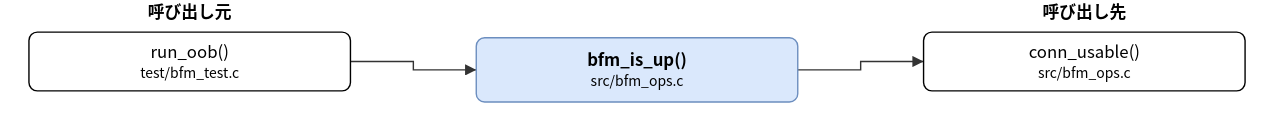
hf355051012-ai/bfmem keeps this draw.io diagram as doc/spec/images/call_src_bfm_ops-bfm_is_up.drawio.svg. Above is the earlier version. Source tidied: cells renumbered, new cells last; positions are measured from the earlier drawing's top-left corner, leaving out a move shared by most shapes.
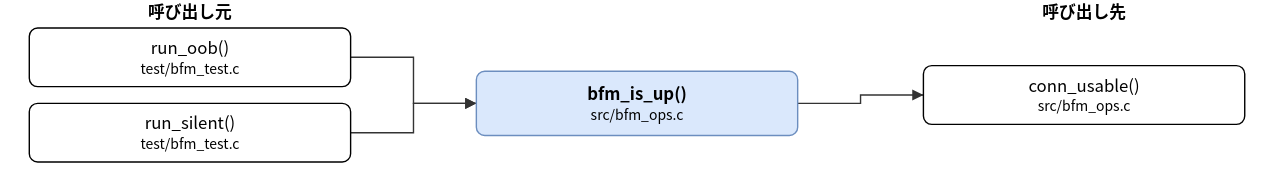
The same diagram one commit later.

What changed in the source:
```diff
@@ -3,30 +3,41 @@
     <mxCell id="0" />
     <mxCell id="1" parent="0" />
     <mxCell id="2" value="bfm_is_up()&lt;br&gt;&lt;font style=&quot;font-size:10px&quot;&gt;src/bfm_ops.c&lt;/font&gt;" style="rounded=1;whiteSpace=wrap;html=1;fillColor=#dae8fc;strokeColor=#6c8ebf;fontStyle=1;" parent="1" vertex="1">
-      <mxGeometry x="320" y="27" width="230" height="46" as="geometry" />
+      <mxGeometry x="320" y="51" width="230" height="46" as="geometry" />
     </mxCell>
     <mxCell id="3" value="run_oob()&lt;br&gt;&lt;font style=&quot;font-size:10px&quot;&gt;test/bfm_test.c&lt;/font&gt;" style="rounded=1;whiteSpace=wrap;html=1;" parent="1" vertex="1">
-      <mxGeometry y="23" width="230" height="42" as="geometry" />
+      <mxGeometry y="20" width="230" height="42" as="geometry" />
     </mxCell>
+    <mxCell id="9" value="run_silent()&lt;br&gt;&lt;font style=&quot;font-size:10px&quot;&gt;test/bfm_test.c&lt;/font&gt;" style="rounded=1;whiteSpace=wrap;html=1;" parent="1" vertex="1">
+      <mxGeometry y="74" width="230" height="42" as="geometry" />
+    </mxCell>
     <mxCell id="4" value="conn_usable()&lt;br&gt;&lt;font style=&quot;font-size:10px&quot;&gt;src/bfm_ops.c&lt;/font&gt;" style="rounded=1;whiteSpace=wrap;html=1;" parent="1" vertex="1">
-      <mxGeometry x="640" y="23" width="230" height="42" as="geometry" />
+      <mxGeometry x="640" y="47" width="230" height="42" as="geometry" />
     </mxCell>
     <mxCell id="5" style="edgeStyle=none;html=1;rounded=0;endArrow=block;endFill=1;exitX=1.0000;exitY=0.5000;exitDx=0;exitDy=0;exitPerimeter=0;entryX=0.0000;entryY=0.5000;entryDx=0;entryDy=0;entryPerimeter=0;" parent="1" edge="1" source="3" target="2">
       <mxGeometry relative="1" as="geometry">
         <Array as="points">
-          <mxPoint x="275" y="44" />
-          <mxPoint x="275" y="50" />
+          <mxPoint x="275" y="41" />
+          <mxPoint x="275" y="74" />
         </Array>
       </mxGeometry>
     </mxCell>
-    <mxCell id="6" style="edgeStyle=none;html=1;rounded=0;endArrow=block;endFill=1;exitX=1.0000;exitY=0.5000;exitDx=0;exitDy=0;exitPerimeter=0;entryX=0.0000;entryY=0.5000;entryDx=0;entryDy=0;entryPerimeter=0;" parent="1" edge="1" source="2" target="4">
+    <mxCell id="6" style="edgeStyle=none;html=1;rounded=0;endArrow=block;endFill=1;exitX=1.0000;exitY=0.5000;exitDx=0;exitDy=0;exitPerimeter=0;entryX=0.0000;entryY=0.5000;entryDx=0;entryDy=0;entryPerimeter=0;" parent="1" edge="1" source="9" target="2">
       <mxGeometry relative="1" as="geometry">
         <Array as="points">
-          <mxPoint x="595" y="50" />
-          <mxPoint x="595" y="44" />
+          <mxPoint x="275" y="95" />
+          <mxPoint x="275" y="74" />
         </Array>
       </mxGeometry>
     </mxCell>
+    <mxCell id="10" style="edgeStyle=none;html=1;rounded=0;endArrow=block;endFill=1;exitX=1.0000;exitY=0.5000;exitDx=0;exitDy=0;exitPerimeter=0;entryX=0.0000;entryY=0.5000;entryDx=0;entryDy=0;entryPerimeter=0;" parent="1" edge="1" source="2" target="4">
+      <mxGeometry relative="1" as="geometry">
+        <Array as="points">
+          <mxPoint x="595" y="74" />
+          <mxPoint x="595" y="68" />
+        </Array>
+      </mxGeometry>
+    </mxCell>
     <mxCell id="7" value="呼び出し元" style="text;html=1;align=center;fontStyle=1;" parent="1" vertex="1">
       <mxGeometry x="35" width="160" height="18" as="geometry" />
     </mxCell>
```
